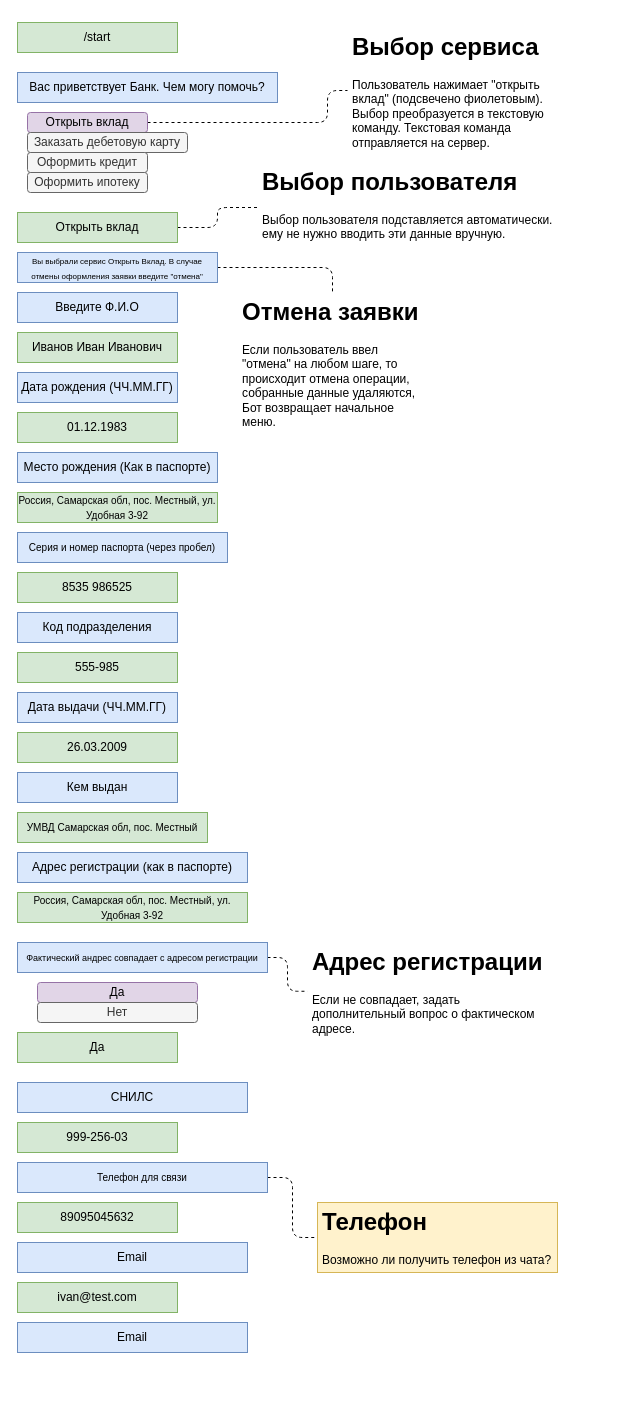
The draw.io diagram page "Пример интерфейса бота" (2 of 2) of Diagrams.drawio in xkxixnxgx/hackathon_dsh_ab_bot, before the edit. Source tidied: cells renumbered, new cells numbered last; positions are measured from the earlier drawing's top-left corner, leaving out a move shared by most shapes. Both pictures are drawn from the tidied source at 100%, with x=0, y=0 at pixel (17, 22).
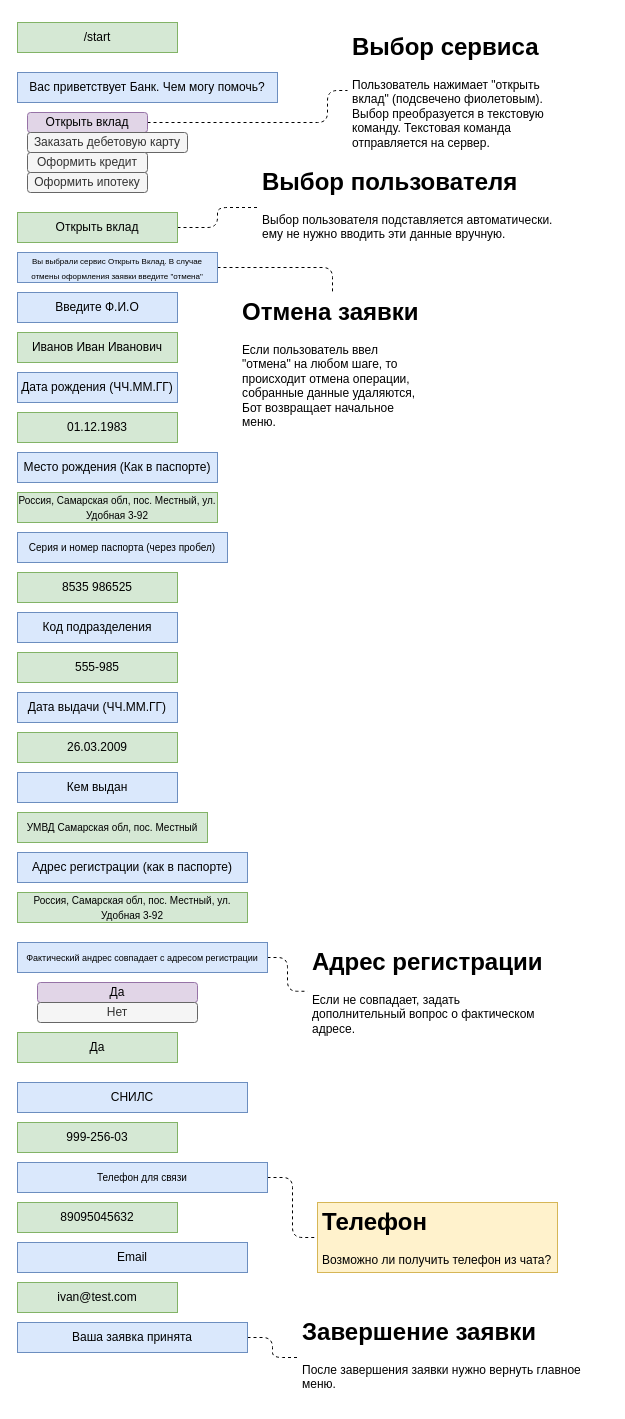
After the change.

Commit message:
Поправил схему Пример интерфейса бота

Change to the diagram source:
```diff
@@
+    <mxCell id="47" style="edgeStyle=orthogonalEdgeStyle;rounded=1;jettySize=auto;html=1;dashed=1;endArrow=none;endFill=0;" parent="1" edge="1" source="46" target="48">
+      <mxGeometry relative="1" as="geometry" />
+    </mxCell>
-    <mxCell id="46" value="Email" style="rounded=0;whiteSpace=wrap;html=1;fillColor=#dae8fc;strokeColor=#6c8ebf;" parent="1" vertex="1">
+    <mxCell id="46" value="Ваша заявка принята" style="rounded=0;whiteSpace=wrap;html=1;fillColor=#dae8fc;strokeColor=#6c8ebf;" parent="1" vertex="1">
       <mxGeometry y="1300" width="230" height="30" as="geometry" />
     </mxCell>
+    <mxCell id="48" value="&lt;h1&gt;Завершение заявки&lt;/h1&gt;&lt;p&gt;После завершения заявки нужно вернуть главное меню.&lt;/p&gt;" style="text;html=1;strokeColor=none;fillColor=none;spacing=5;spacingTop=-20;whiteSpace=wrap;overflow=hidden;rounded=0;" parent="1" vertex="1">
+      <mxGeometry x="280" y="1290" width="310" height="90" as="geometry" />
+    </mxCell>
```
